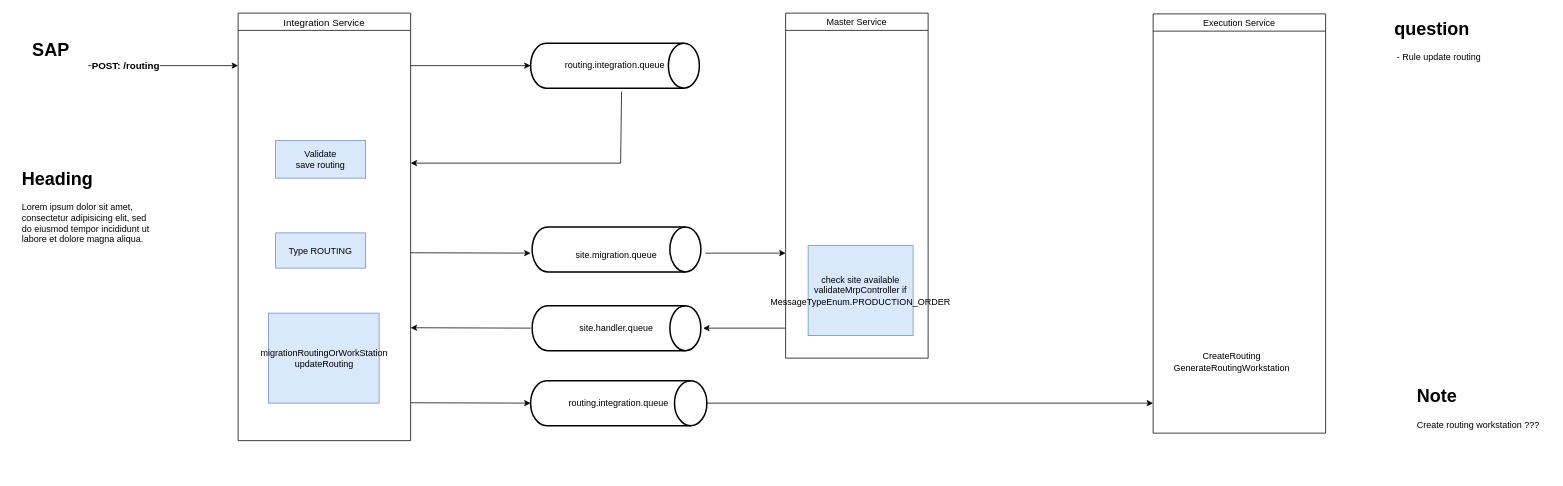
tuankhoi2206/Draft-system-overview keeps this draw.io diagram as page "[GRID] Import Route" (6 of 6) of Realtime.drawio. Above is the earlier version. Source tidied: cells renumbered, new cells numbered last; positions are measured from the earlier drawing's top-left corner, leaving out a move shared by most shapes. Both pictures are drawn from the tidied source at 75%, with x=0, y=0 at pixel (13, 13).
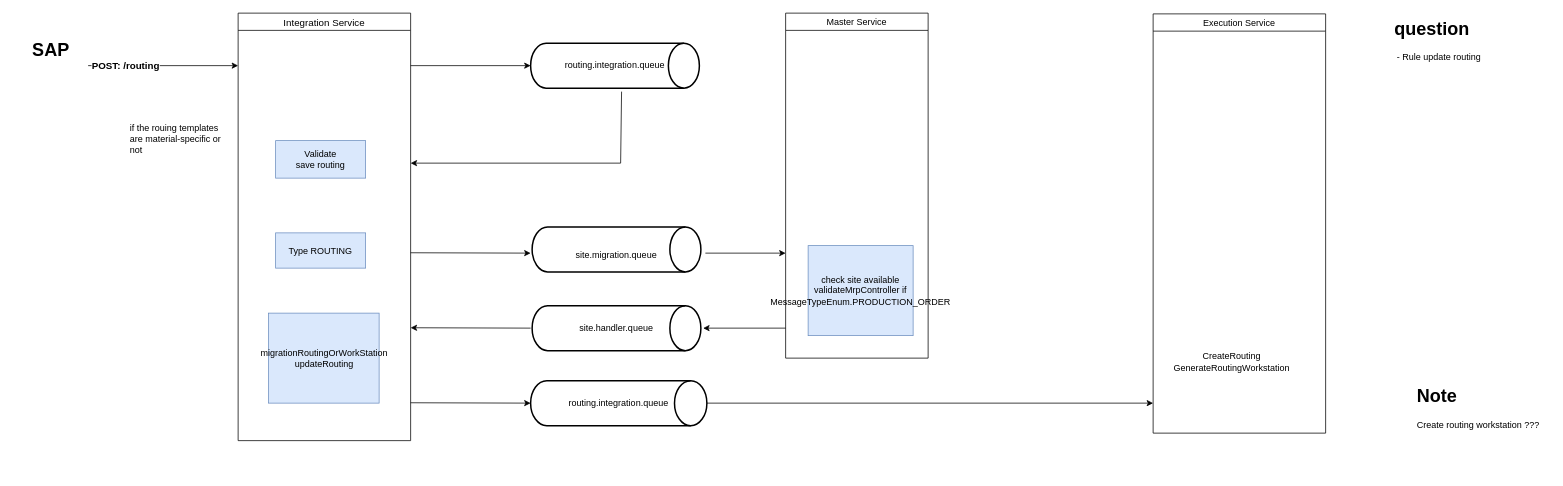
The same page after the edit.

The edit, as a diff of the source:
```diff
@@
-    <mxCell id="24" value="&lt;h1 style=&quot;margin-top: 0px;&quot;&gt;Heading&lt;/h1&gt;&lt;p&gt;Lorem ipsum dolor sit amet, consectetur adipisicing elit, sed do eiusmod tempor incididunt ut labore et dolore magna aliqua.&lt;/p&gt;" style="text;html=1;whiteSpace=wrap;overflow=hidden;rounded=0;" parent="1" vertex="1">
-      <mxGeometry x="10" y="200" width="180" height="120" as="geometry" />
-    </mxCell>
@@
+    <mxCell id="29" value="if the rouing templates are material-specific or not" style="text;strokeColor=none;fillColor=none;align=left;verticalAlign=top;spacingLeft=4;spacingRight=4;overflow=hidden;whiteSpace=wrap;html=1;" parent="1" vertex="1">
+      <mxGeometry x="150" y="140" width="140" height="50" as="geometry" />
+    </mxCell>
```
